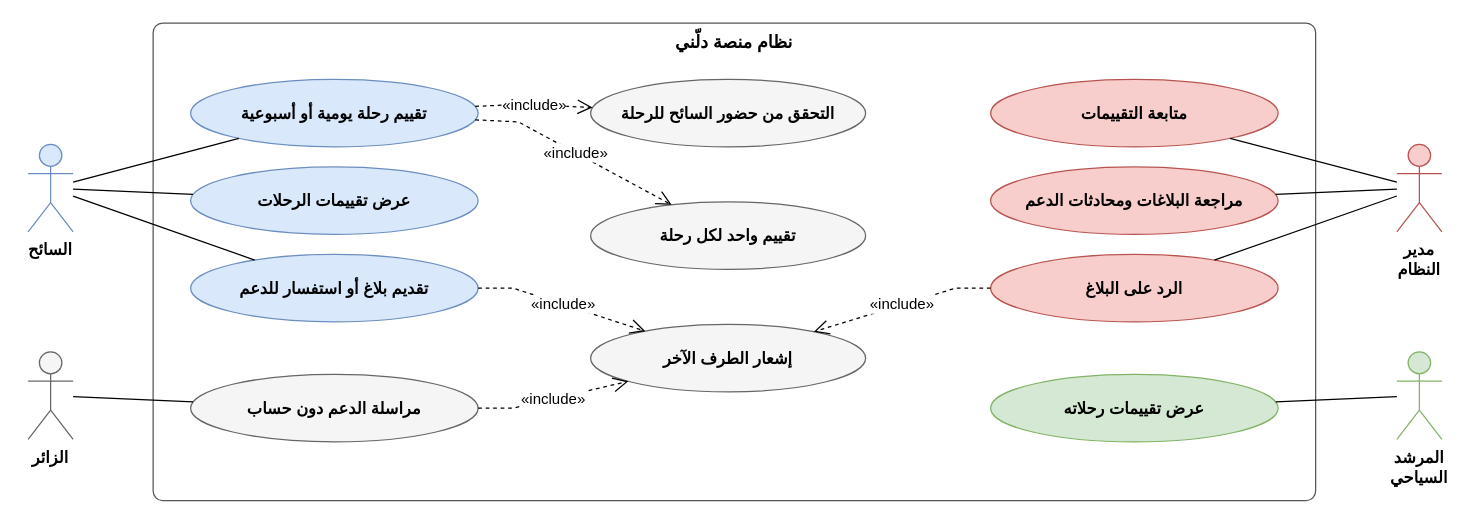
Earlier version of the draw.io diagram مخططات_التحليل_drawio/uc11_reviews_support.drawio (masara-prog/Delni-project). Source tidied: cells renumbered, new cells numbered last; positions are measured from the earlier drawing's top-left corner, leaving out a move shared by most shapes. Both pictures are drawn from the tidied source at 125%, with x=0, y=0 at pixel (28, 22).
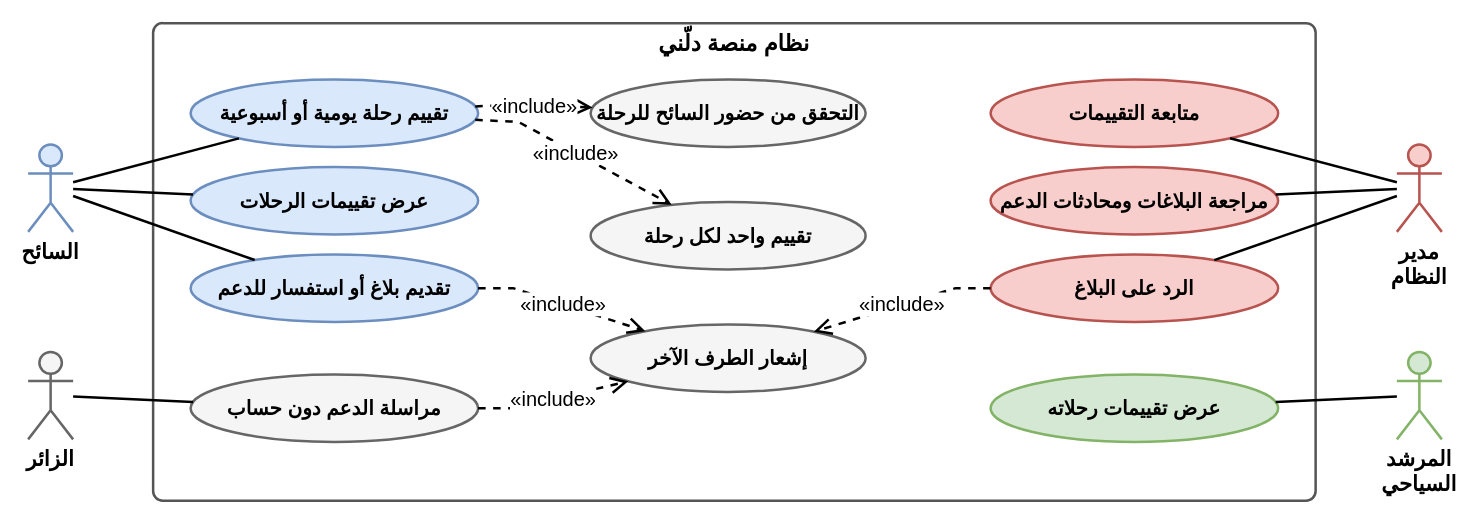
The same page after the edit.

Diff of the diagram source:
```diff
@@
-    <mxCell id="2" value="تقييم رحلة يومية أو أسبوعية" style="ellipse;html=1;whiteSpace=wrap;fontFamily=Arial;fontSize=13;fontStyle=1;fillColor=#dae8fc;strokeColor=#6c8ebf;" parent="1" vertex="1">
+    <mxCell id="2" value="تقييم رحلة يومية أو أسبوعية" style="ellipse;html=1;whiteSpace=wrap;fontFamily=Arial;fontSize=16;fontStyle=1;fillColor=#dae8fc;strokeColor=#6c8ebf;strokeWidth=2;" parent="1" vertex="1">
       <mxGeometry x="130" y="45" width="230" height="54" as="geometry" />
     </mxCell>
-    <mxCell id="3" value="عرض تقييمات الرحلات" style="ellipse;html=1;whiteSpace=wrap;fontFamily=Arial;fontSize=13;fontStyle=1;fillColor=#dae8fc;strokeColor=#6c8ebf;" parent="1" vertex="1">
+    <mxCell id="3" value="عرض تقييمات الرحلات" style="ellipse;html=1;whiteSpace=wrap;fontFamily=Arial;fontSize=16;fontStyle=1;fillColor=#dae8fc;strokeColor=#6c8ebf;strokeWidth=2;" parent="1" vertex="1">
       <mxGeometry x="130" y="115" width="230" height="54" as="geometry" />
     </mxCell>
-    <mxCell id="4" value="تقديم بلاغ أو استفسار للدعم" style="ellipse;html=1;whiteSpace=wrap;fontFamily=Arial;fontSize=13;fontStyle=1;fillColor=#dae8fc;strokeColor=#6c8ebf;" parent="1" vertex="1">
+    <mxCell id="4" value="تقديم بلاغ أو استفسار للدعم" style="ellipse;html=1;whiteSpace=wrap;fontFamily=Arial;fontSize=16;fontStyle=1;fillColor=#dae8fc;strokeColor=#6c8ebf;strokeWidth=2;" parent="1" vertex="1">
       <mxGeometry x="130" y="185" width="230" height="54" as="geometry" />
     </mxCell>
-    <mxCell id="5" value="السائح" style="shape=umlActor;verticalLabelPosition=bottom;verticalAlign=top;html=1;whiteSpace=wrap;fontFamily=Arial;fontSize=13;fontStyle=1;fillColor=#dae8fc;strokeColor=#6c8ebf;" parent="1" vertex="1">
+    <mxCell id="5" value="السائح" style="shape=umlActor;verticalLabelPosition=bottom;verticalAlign=top;html=1;whiteSpace=wrap;fontFamily=Arial;fontSize=17;fontStyle=1;fillColor=#dae8fc;strokeColor=#6c8ebf;strokeWidth=2;" parent="1" vertex="1">
       <mxGeometry y="97" width="36" height="70" as="geometry" />
     </mxCell>
-    <mxCell id="6" value="مراسلة الدعم دون حساب" style="ellipse;html=1;whiteSpace=wrap;fontFamily=Arial;fontSize=13;fontStyle=1;fillColor=#f5f5f5;strokeColor=#666666;" parent="1" vertex="1">
+    <mxCell id="6" value="مراسلة الدعم دون حساب" style="ellipse;html=1;whiteSpace=wrap;fontFamily=Arial;fontSize=16;fontStyle=1;fillColor=#f5f5f5;strokeColor=#666666;strokeWidth=2;" parent="1" vertex="1">
       <mxGeometry x="130" y="281" width="230" height="54" as="geometry" />
     </mxCell>
-    <mxCell id="7" value="الزائر" style="shape=umlActor;verticalLabelPosition=bottom;verticalAlign=top;html=1;whiteSpace=wrap;fontFamily=Arial;fontSize=13;fontStyle=1;fillColor=#f5f5f5;strokeColor=#666666;" parent="1" vertex="1">
+    <mxCell id="7" value="الزائر" style="shape=umlActor;verticalLabelPosition=bottom;verticalAlign=top;html=1;whiteSpace=wrap;fontFamily=Arial;fontSize=17;fontStyle=1;fillColor=#f5f5f5;strokeColor=#666666;strokeWidth=2;" parent="1" vertex="1">
       <mxGeometry y="263" width="36" height="70" as="geometry" />
     </mxCell>
-    <mxCell id="8" value="متابعة التقييمات" style="ellipse;html=1;whiteSpace=wrap;fontFamily=Arial;fontSize=13;fontStyle=1;fillColor=#f8cecc;strokeColor=#b85450;" parent="1" vertex="1">
+    <mxCell id="8" value="متابعة التقييمات" style="ellipse;html=1;whiteSpace=wrap;fontFamily=Arial;fontSize=16;fontStyle=1;fillColor=#f8cecc;strokeColor=#b85450;strokeWidth=2;" parent="1" vertex="1">
       <mxGeometry x="770" y="45" width="230" height="54" as="geometry" />
     </mxCell>
-    <mxCell id="9" value="مراجعة البلاغات ومحادثات الدعم" style="ellipse;html=1;whiteSpace=wrap;fontFamily=Arial;fontSize=13;fontStyle=1;fillColor=#f8cecc;strokeColor=#b85450;" parent="1" vertex="1">
+    <mxCell id="9" value="مراجعة البلاغات ومحادثات الدعم" style="ellipse;html=1;whiteSpace=wrap;fontFamily=Arial;fontSize=16;fontStyle=1;fillColor=#f8cecc;strokeColor=#b85450;strokeWidth=2;" parent="1" vertex="1">
       <mxGeometry x="770" y="115" width="230" height="54" as="geometry" />
     </mxCell>
-    <mxCell id="10" value="الرد على البلاغ" style="ellipse;html=1;whiteSpace=wrap;fontFamily=Arial;fontSize=13;fontStyle=1;fillColor=#f8cecc;strokeColor=#b85450;" parent="1" vertex="1">
+    <mxCell id="10" value="الرد على البلاغ" style="ellipse;html=1;whiteSpace=wrap;fontFamily=Arial;fontSize=16;fontStyle=1;fillColor=#f8cecc;strokeColor=#b85450;strokeWidth=2;" parent="1" vertex="1">
       <mxGeometry x="770" y="185" width="230" height="54" as="geometry" />
     </mxCell>
-    <mxCell id="11" value="مدير النظام" style="shape=umlActor;verticalLabelPosition=bottom;verticalAlign=top;html=1;whiteSpace=wrap;fontFamily=Arial;fontSize=13;fontStyle=1;fillColor=#f8cecc;strokeColor=#b85450;" parent="1" vertex="1">
+    <mxCell id="11" value="مدير النظام" style="shape=umlActor;verticalLabelPosition=bottom;verticalAlign=top;html=1;whiteSpace=wrap;fontFamily=Arial;fontSize=17;fontStyle=1;fillColor=#f8cecc;strokeColor=#b85450;strokeWidth=2;" parent="1" vertex="1">
       <mxGeometry x="1095" y="97" width="36" height="70" as="geometry" />
     </mxCell>
-    <mxCell id="12" value="عرض تقييمات رحلاته" style="ellipse;html=1;whiteSpace=wrap;fontFamily=Arial;fontSize=13;fontStyle=1;fillColor=#d5e8d4;strokeColor=#82b366;" parent="1" vertex="1">
+    <mxCell id="12" value="عرض تقييمات رحلاته" style="ellipse;html=1;whiteSpace=wrap;fontFamily=Arial;fontSize=16;fontStyle=1;fillColor=#d5e8d4;strokeColor=#82b366;strokeWidth=2;" parent="1" vertex="1">
       <mxGeometry x="770" y="281" width="230" height="54" as="geometry" />
     </mxCell>
-    <mxCell id="13" value="المرشد السياحي" style="shape=umlActor;verticalLabelPosition=bottom;verticalAlign=top;html=1;whiteSpace=wrap;fontFamily=Arial;fontSize=13;fontStyle=1;fillColor=#d5e8d4;strokeColor=#82b366;" parent="1" vertex="1">
+    <mxCell id="13" value="المرشد السياحي" style="shape=umlActor;verticalLabelPosition=bottom;verticalAlign=top;html=1;whiteSpace=wrap;fontFamily=Arial;fontSize=17;fontStyle=1;fillColor=#d5e8d4;strokeColor=#82b366;strokeWidth=2;" parent="1" vertex="1">
       <mxGeometry x="1095" y="263" width="36" height="70" as="geometry" />
     </mxCell>
-    <mxCell id="14" value="التحقق من حضور السائح للرحلة" style="ellipse;html=1;whiteSpace=wrap;fontFamily=Arial;fontSize=13;fontStyle=1;fillColor=#f5f5f5;strokeColor=#666666;" parent="1" vertex="1">
+    <mxCell id="14" value="التحقق من حضور السائح للرحلة" style="ellipse;html=1;whiteSpace=wrap;fontFamily=Arial;fontSize=16;fontStyle=1;fillColor=#f5f5f5;strokeColor=#666666;strokeWidth=2;" parent="1" vertex="1">
       <mxGeometry x="450" y="45" width="220" height="54" as="geometry" />
     </mxCell>
-    <mxCell id="15" value="تقييم واحد لكل رحلة" style="ellipse;html=1;whiteSpace=wrap;fontFamily=Arial;fontSize=13;fontStyle=1;fillColor=#f5f5f5;strokeColor=#666666;" parent="1" vertex="1">
+    <mxCell id="15" value="تقييم واحد لكل رحلة" style="ellipse;html=1;whiteSpace=wrap;fontFamily=Arial;fontSize=16;fontStyle=1;fillColor=#f5f5f5;strokeColor=#666666;strokeWidth=2;" parent="1" vertex="1">
       <mxGeometry x="450" y="143" width="220" height="54" as="geometry" />
     </mxCell>
-    <mxCell id="16" value="إشعار الطرف الآخر" style="ellipse;html=1;whiteSpace=wrap;fontFamily=Arial;fontSize=13;fontStyle=1;fillColor=#f5f5f5;strokeColor=#666666;" parent="1" vertex="1">
+    <mxCell id="16" value="إشعار الطرف الآخر" style="ellipse;html=1;whiteSpace=wrap;fontFamily=Arial;fontSize=16;fontStyle=1;fillColor=#f5f5f5;strokeColor=#666666;strokeWidth=2;" parent="1" vertex="1">
       <mxGeometry x="450" y="241" width="220" height="54" as="geometry" />
     </mxCell>
-    <mxCell id="17" value="نظام منصة دلّني" style="rounded=1;arcSize=2;verticalAlign=top;fillColor=none;html=1;whiteSpace=wrap;fontFamily=Arial;fontSize=14;fontStyle=1;strokeColor=#555555;" parent="1" vertex="1">
+    <mxCell id="17" value="نظام منصة دلّني" style="rounded=1;arcSize=2;verticalAlign=top;fillColor=none;html=1;whiteSpace=wrap;fontFamily=Arial;fontSize=18;fontStyle=1;strokeColor=#555555;strokeWidth=2;" parent="1" vertex="1">
       <mxGeometry x="100" width="930" height="382" as="geometry" />
     </mxCell>
-    <mxCell id="18" style="endArrow=none;html=1;rounded=0;fontFamily=Arial;fontSize=12;labelBackgroundColor=#ffffff;" parent="1" edge="1" source="5" target="2">
+    <mxCell id="18" style="endArrow=none;html=1;rounded=0;fontFamily=Arial;fontSize=16;labelBackgroundColor=#ffffff;strokeWidth=2;" parent="1" edge="1" source="5" target="2">
       <mxGeometry relative="1" as="geometry" />
     </mxCell>
-    <mxCell id="19" style="endArrow=none;html=1;rounded=0;fontFamily=Arial;fontSize=12;labelBackgroundColor=#ffffff;" parent="1" edge="1" source="5" target="3">
+    <mxCell id="19" style="endArrow=none;html=1;rounded=0;fontFamily=Arial;fontSize=16;labelBackgroundColor=#ffffff;strokeWidth=2;" parent="1" edge="1" source="5" target="3">
       <mxGeometry relative="1" as="geometry" />
     </mxCell>
-    <mxCell id="20" style="endArrow=none;html=1;rounded=0;fontFamily=Arial;fontSize=12;labelBackgroundColor=#ffffff;" parent="1" edge="1" source="5" target="4">
+    <mxCell id="20" style="endArrow=none;html=1;rounded=0;fontFamily=Arial;fontSize=16;labelBackgroundColor=#ffffff;strokeWidth=2;" parent="1" edge="1" source="5" target="4">
       <mxGeometry relative="1" as="geometry" />
     </mxCell>
-    <mxCell id="21" style="endArrow=none;html=1;rounded=0;fontFamily=Arial;fontSize=12;labelBackgroundColor=#ffffff;" parent="1" edge="1" source="7" target="6">
+    <mxCell id="21" style="endArrow=none;html=1;rounded=0;fontFamily=Arial;fontSize=16;labelBackgroundColor=#ffffff;strokeWidth=2;" parent="1" edge="1" source="7" target="6">
       <mxGeometry relative="1" as="geometry" />
     </mxCell>
-    <mxCell id="22" style="endArrow=none;html=1;rounded=0;fontFamily=Arial;fontSize=12;labelBackgroundColor=#ffffff;" parent="1" edge="1" source="11" target="8">
+    <mxCell id="22" style="endArrow=none;html=1;rounded=0;fontFamily=Arial;fontSize=16;labelBackgroundColor=#ffffff;strokeWidth=2;" parent="1" edge="1" source="11" target="8">
       <mxGeometry relative="1" as="geometry" />
     </mxCell>
-    <mxCell id="23" style="endArrow=none;html=1;rounded=0;fontFamily=Arial;fontSize=12;labelBackgroundColor=#ffffff;" parent="1" edge="1" source="11" target="9">
+    <mxCell id="23" style="endArrow=none;html=1;rounded=0;fontFamily=Arial;fontSize=16;labelBackgroundColor=#ffffff;strokeWidth=2;" parent="1" edge="1" source="11" target="9">
       <mxGeometry relative="1" as="geometry" />
     </mxCell>
-    <mxCell id="24" style="endArrow=none;html=1;rounded=0;fontFamily=Arial;fontSize=12;labelBackgroundColor=#ffffff;" parent="1" edge="1" source="11" target="10">
+    <mxCell id="24" style="endArrow=none;html=1;rounded=0;fontFamily=Arial;fontSize=16;labelBackgroundColor=#ffffff;strokeWidth=2;" parent="1" edge="1" source="11" target="10">
       <mxGeometry relative="1" as="geometry" />
     </mxCell>
-    <mxCell id="25" style="endArrow=none;html=1;rounded=0;fontFamily=Arial;fontSize=12;labelBackgroundColor=#ffffff;" parent="1" edge="1" source="13" target="12">
+    <mxCell id="25" style="endArrow=none;html=1;rounded=0;fontFamily=Arial;fontSize=16;labelBackgroundColor=#ffffff;strokeWidth=2;" parent="1" edge="1" source="13" target="12">
       <mxGeometry relative="1" as="geometry" />
     </mxCell>
-    <mxCell id="26" value="«include»" style="dashed=1;endArrow=open;endSize=10;html=1;rounded=0;fontFamily=Arial;fontSize=12;labelBackgroundColor=#ffffff;" parent="1" edge="1" source="2" target="14">
+    <mxCell id="26" value="«include»" style="dashed=1;endArrow=open;endSize=10;html=1;rounded=0;fontFamily=Arial;fontSize=16;labelBackgroundColor=#ffffff;strokeWidth=2;" parent="1" edge="1" source="2" target="14">
       <mxGeometry relative="1" as="geometry">
         <Array as="points">
           <mxPoint x="392.2" y="65" />
         </Array>
       </mxGeometry>
     </mxCell>
-    <mxCell id="27" value="«include»" style="dashed=1;endArrow=open;endSize=10;html=1;rounded=0;fontFamily=Arial;fontSize=12;labelBackgroundColor=#ffffff;" parent="1" edge="1" source="2" target="15">
+    <mxCell id="27" value="«include»" style="dashed=1;endArrow=open;endSize=10;html=1;rounded=0;fontFamily=Arial;fontSize=16;labelBackgroundColor=#ffffff;strokeWidth=2;" parent="1" edge="1" source="2" target="15">
       <mxGeometry relative="1" as="geometry">
         <Array as="points">
           <mxPoint x="392.2" y="79" />
         </Array>
       </mxGeometry>
     </mxCell>
-    <mxCell id="28" value="«include»" style="dashed=1;endArrow=open;endSize=10;html=1;rounded=0;fontFamily=Arial;fontSize=12;labelBackgroundColor=#ffffff;" parent="1" edge="1" source="4" target="16">
+    <mxCell id="28" value="«include»" style="dashed=1;endArrow=open;endSize=10;html=1;rounded=0;fontFamily=Arial;fontSize=16;labelBackgroundColor=#ffffff;strokeWidth=2;" parent="1" edge="1" source="4" target="16">
       <mxGeometry relative="1" as="geometry">
         <Array as="points">
           <mxPoint x="388" y="212" />
         </Array>
       </mxGeometry>
     </mxCell>
-    <mxCell id="29" value="«include»" style="dashed=1;endArrow=open;endSize=10;html=1;rounded=0;fontFamily=Arial;fontSize=12;labelBackgroundColor=#ffffff;" parent="1" edge="1" source="10" target="16">
+    <mxCell id="29" value="«include»" style="dashed=1;endArrow=open;endSize=10;html=1;rounded=0;fontFamily=Arial;fontSize=16;labelBackgroundColor=#ffffff;strokeWidth=2;" parent="1" edge="1" source="10" target="16">
       <mxGeometry relative="1" as="geometry">
         <Array as="points">
           <mxPoint x="742" y="212" />
         </Array>
       </mxGeometry>
     </mxCell>
-    <mxCell id="30" value="«include»" style="dashed=1;endArrow=open;endSize=10;html=1;rounded=0;fontFamily=Arial;fontSize=12;labelBackgroundColor=#ffffff;" parent="1" edge="1" source="6" target="16">
+    <mxCell id="30" value="«include»" style="dashed=1;endArrow=open;endSize=10;html=1;rounded=0;fontFamily=Arial;fontSize=16;labelBackgroundColor=#ffffff;strokeWidth=2;" parent="1" edge="1" source="6" target="16">
       <mxGeometry relative="1" as="geometry">
         <Array as="points">
           <mxPoint x="388" y="308" />
         </Array>
       </mxGeometry>
     </mxCell>
```
